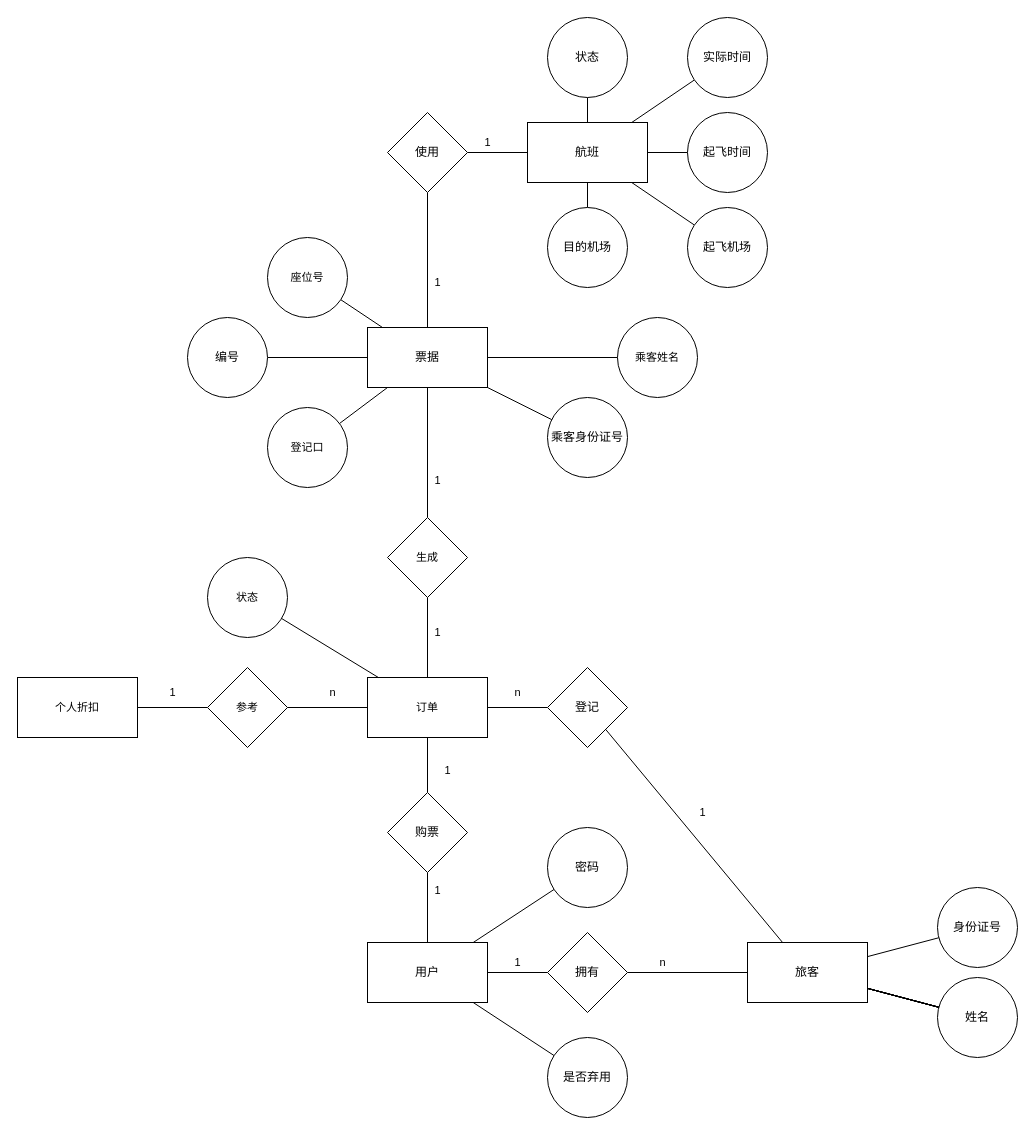
The draw.io diagram 未命名绘图.drawio in tro-lee/miniCool, before the edit. Source tidied: cells renumbered, new cells numbered last; positions are measured from the earlier drawing's top-left corner, leaving out a move shared by most shapes. Both pictures are drawn from the tidied source at 100%, with x=0, y=0 at pixel (17, 17).
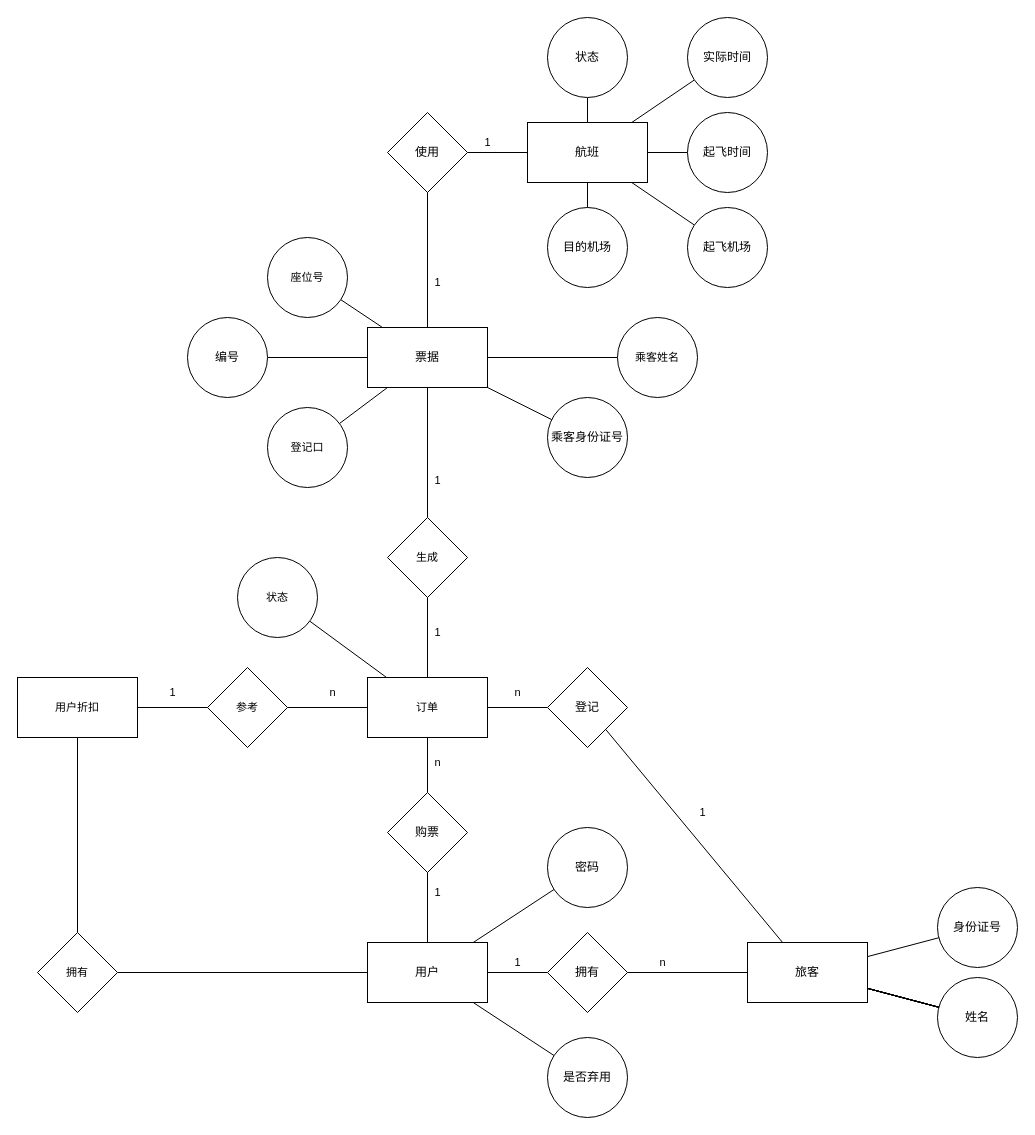
The same diagram, later.

Commit message (it also covers changes not shown here):
更新未命名绘图.drawio

Unchanged cells that the change refers to:
```xml
<mxCell id="5" value="用户" style="whiteSpace=wrap;html=1;" parent="1" vertex="1">
  <mxGeometry x="350" y="925" width="120" height="60" as="geometry" />
</mxCell>
```

Diff of the diagram source:
```diff
@@
-    <mxCell id="48" value="个人折扣" style="rounded=0;whiteSpace=wrap;html=1;fontFamily=Helvetica;fontSize=11;fontColor=default;labelBackgroundColor=default;" parent="1" vertex="1">
+    <mxCell id="48" value="用户折扣" style="rounded=0;whiteSpace=wrap;html=1;fontFamily=Helvetica;fontSize=11;fontColor=default;labelBackgroundColor=default;" parent="1" vertex="1">
       <mxGeometry y="660" width="120" height="60" as="geometry" />
     </mxCell>
@@
-    <mxCell id="70" value="1" style="text;html=1;align=center;verticalAlign=middle;strokeColor=none;fillColor=none;fontFamily=Helvetica;fontSize=11;fontColor=default;labelBackgroundColor=default;" parent="1" vertex="1">
-      <mxGeometry x="415" y="738" width="30" height="30" as="geometry" />
-    </mxCell>
-    <mxCell id="71" value="1" style="text;html=1;align=center;verticalAlign=middle;strokeColor=none;fillColor=none;fontFamily=Helvetica;fontSize=11;fontColor=default;labelBackgroundColor=default;" parent="1" vertex="1">
-      <mxGeometry x="405" y="858" width="30" height="30" as="geometry" />
-    </mxCell>
@@
     <mxCell id="73" value="状态" style="ellipse;whiteSpace=wrap;html=1;fontFamily=Helvetica;fontSize=11;fontColor=default;labelBackgroundColor=default;" parent="1" vertex="1">
-      <mxGeometry x="190" y="540" width="80" height="80" as="geometry" />
+      <mxGeometry x="220" y="540" width="80" height="80" as="geometry" />
     </mxCell>
@@
+    <mxCell id="76" value="1" style="text;html=1;align=center;verticalAlign=middle;strokeColor=none;fillColor=none;fontFamily=Helvetica;fontSize=11;fontColor=default;labelBackgroundColor=default;" parent="1" vertex="1">
+      <mxGeometry x="405" y="860" width="30" height="30" as="geometry" />
+    </mxCell>
+    <mxCell id="77" value="n" style="text;html=1;align=center;verticalAlign=middle;strokeColor=none;fillColor=none;fontFamily=Helvetica;fontSize=11;fontColor=default;labelBackgroundColor=default;" parent="1" vertex="1">
+      <mxGeometry x="405" y="730" width="30" height="30" as="geometry" />
+    </mxCell>
+    <mxCell id="78" style="edgeStyle=none;rounded=0;jettySize=auto;html=1;strokeColor=default;align=center;verticalAlign=middle;fontFamily=Helvetica;fontSize=11;fontColor=default;labelBackgroundColor=default;endArrow=none;endFill=0;" parent="1" edge="1" source="80" target="5">
+      <mxGeometry relative="1" as="geometry" />
+    </mxCell>
+    <mxCell id="79" style="edgeStyle=none;rounded=0;jettySize=auto;html=1;strokeColor=default;align=center;verticalAlign=middle;fontFamily=Helvetica;fontSize=11;fontColor=default;labelBackgroundColor=default;endArrow=none;endFill=0;" parent="1" edge="1" source="80" target="48">
+      <mxGeometry relative="1" as="geometry" />
+    </mxCell>
+    <mxCell id="80" value="拥有" style="rhombus;whiteSpace=wrap;html=1;fontSize=11;rounded=0;labelBackgroundColor=default;" parent="1" vertex="1">
+      <mxGeometry x="20" y="915" width="80" height="80" as="geometry" />
+    </mxCell>
```
